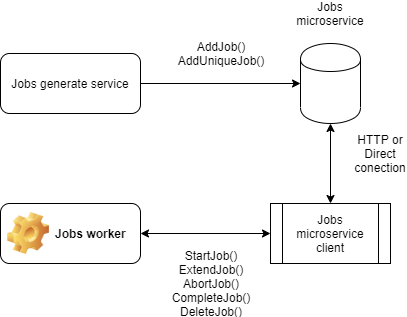
Earlier version of the draw.io export doc/Jobs-microservice.png (pip-services-infrastructure/pip-services-jobs-node). Source tidied: cells renumbered, new cells last; positions are measured from the earlier drawing's top-left corner, leaving out a move shared by most shapes.
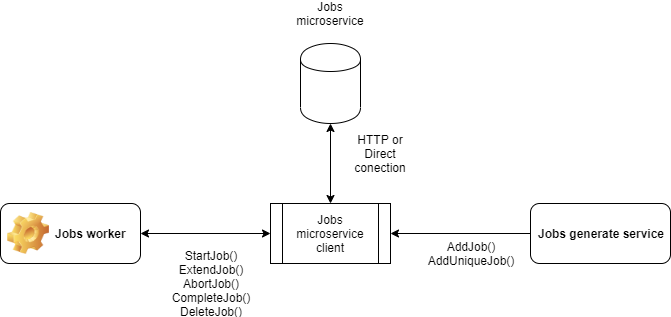
After the change.

Change to the diagram source:
```diff
@@ -8,11 +8,11 @@
     <mxCell id="3" style="shape=cylinder;whiteSpace=wrap;html=1;boundedLbl=1;backgroundOutline=1;" parent="1" vertex="1">
       <mxGeometry x="300" y="40" width="60" height="80" as="geometry" />
     </mxCell>
-    <mxCell id="4" style="edgeStyle=orthogonalEdgeStyle;rounded=0;jettySize=auto;html=1;exitX=1;exitY=0.5;exitDx=0;exitDy=0;" parent="1" edge="1" source="5" target="3">
+    <mxCell id="4" style="edgeStyle=orthogonalEdgeStyle;rounded=0;jettySize=auto;html=1;exitX=0;exitY=0.5;exitDx=0;exitDy=0;entryX=1;entryY=0.5;entryDx=0;entryDy=0;" parent="1" edge="1" source="5" target="7">
       <mxGeometry relative="1" as="geometry" />
     </mxCell>
-    <mxCell id="5" value="Jobs generate service" style="rounded=1;whiteSpace=wrap;html=1;" parent="1" vertex="1">
-      <mxGeometry y="50" width="140" height="60" as="geometry" />
+    <mxCell id="5" value="&lt;b&gt;Jobs generate service&lt;/b&gt;" style="rounded=1;whiteSpace=wrap;html=1;" parent="1" vertex="1">
+      <mxGeometry x="530" y="200" width="140" height="60" as="geometry" />
     </mxCell>
     <mxCell id="6" value="Jobs microservice" style="text;html=1;strokeColor=none;fillColor=none;align=center;verticalAlign=middle;whiteSpace=wrap;rounded=0;" parent="1" vertex="1">
       <mxGeometry x="310" width="40" height="20" as="geometry" />
@@ -32,7 +32,7 @@
       <mxGeometry x="360" y="140" width="40" height="20" as="geometry" />
     </mxCell>
     <mxCell id="11" value="AddJob()&lt;br&gt;AddUniqueJob()" style="text;html=1;strokeColor=none;fillColor=none;align=center;verticalAlign=middle;whiteSpace=wrap;rounded=0;" parent="1" vertex="1">
-      <mxGeometry x="200" y="40" width="40" height="20" as="geometry" />
+      <mxGeometry x="450" y="240" width="40" height="20" as="geometry" />
     </mxCell>
     <mxCell id="12" value="StartJob()&lt;br&gt;ExtendJob()&lt;br&gt;AbortJob()&lt;br&gt;CompleteJob()&lt;br&gt;DeleteJob()" style="text;html=1;strokeColor=none;fillColor=none;align=center;verticalAlign=middle;whiteSpace=wrap;rounded=0;" parent="1" vertex="1">
       <mxGeometry x="190" y="270" width="40" height="20" as="geometry" />
```
